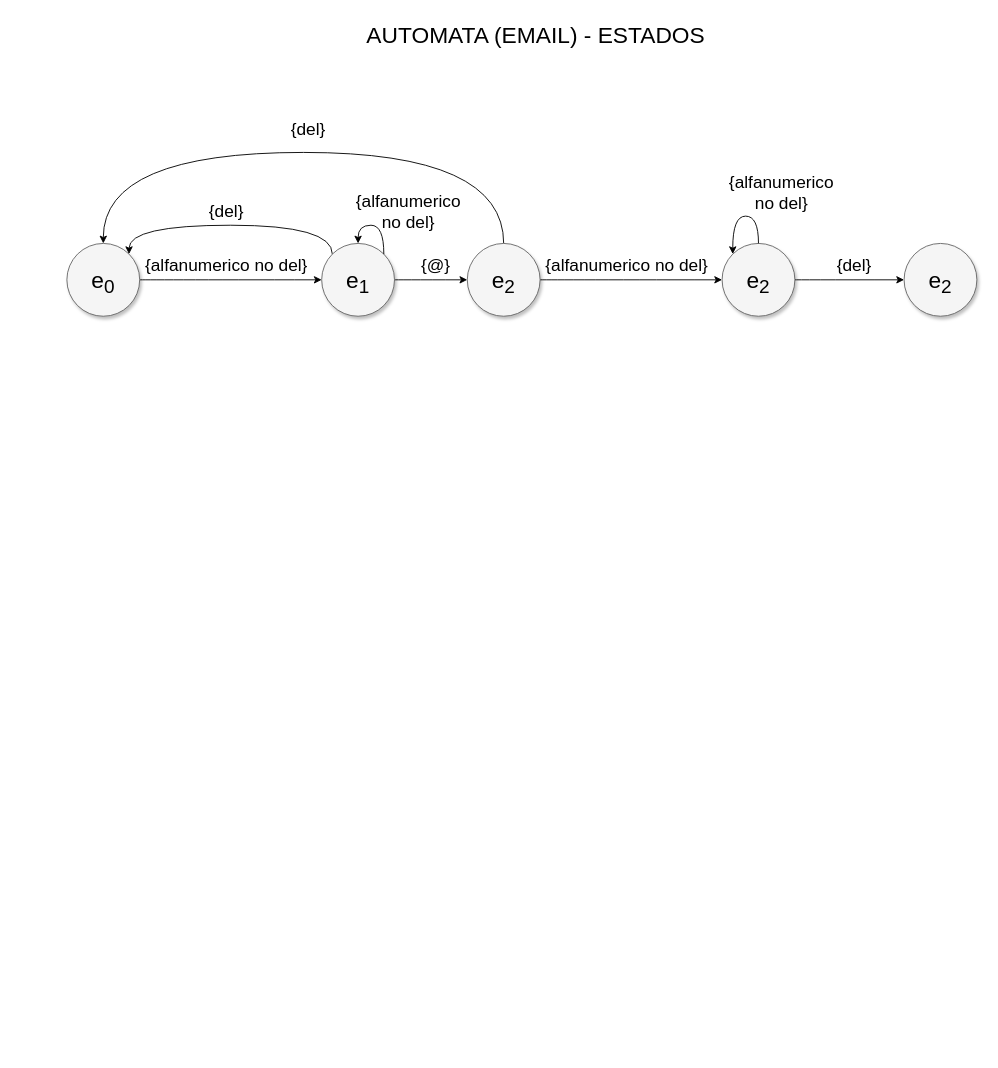
Before: page "Mail" (4 of 7) of DiagramaAutomata.drawio in ander-db/Tokenizer, a draw.io diagram. Source tidied: cells renumbered, new cells numbered last; positions are measured from the earlier drawing's top-left corner, leaving out a move shared by most shapes. Both pictures are drawn from the tidied source at 91%, with x=0, y=0 at pixel (66, 15).
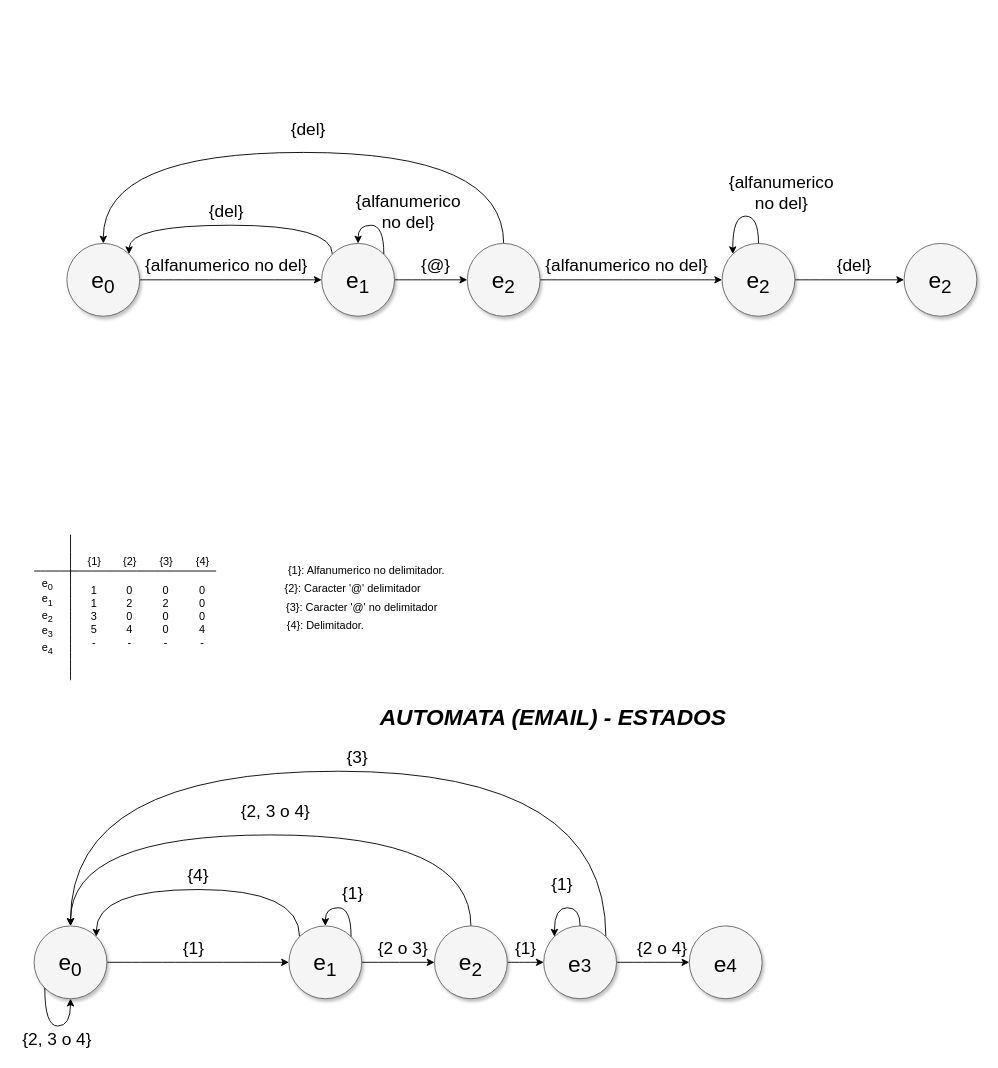
After the change.

What changed in the source:
```diff
@@
-    <mxCell id="2" value="AUTOMATA (EMAIL) - ESTADOS" style="text;html=1;align=center;verticalAlign=middle;strokeColor=none;fillColor=none;fontSize=25;" parent="1" vertex="1">
-      <mxGeometry x="320" width="390" height="40" as="geometry" />
-    </mxCell>
@@
+    <mxCell id="2" value="&lt;i&gt;&lt;b&gt;AUTOMATA (EMAIL) - ESTADOS&lt;/b&gt;&lt;/i&gt;" style="text;html=1;align=center;verticalAlign=middle;strokeColor=none;fillColor=none;fontSize=25;" parent="1" vertex="1">
+      <mxGeometry x="334" y="750" width="400" height="40" as="geometry" />
+    </mxCell>
+    <mxCell id="24" style="edgeStyle=orthogonalEdgeStyle;curved=1;rounded=0;jettySize=auto;html=1;exitX=1;exitY=0.5;exitDx=0;exitDy=0;entryX=0;entryY=0.5;entryDx=0;entryDy=0;fontSize=19;startArrow=none;startFill=0;endArrow=classic;endFill=1;" parent="1" edge="1" source="25" target="28">
+      <mxGeometry relative="1" as="geometry" />
+    </mxCell>
+    <mxCell id="25" value="&lt;span style=&quot;font-size: 25px&quot;&gt;e&lt;sub&gt;0&lt;/sub&gt;&lt;/span&gt;" style="ellipse;whiteSpace=wrap;html=1;rounded=0;shadow=1;strokeColor=#666666;strokeWidth=1;fontSize=30;align=center;fillColor=#f5f5f5;" parent="1" vertex="1">
+      <mxGeometry x="-36" y="1000" width="80" height="80" as="geometry" />
+    </mxCell>
+    <mxCell id="26" style="edgeStyle=orthogonalEdgeStyle;curved=1;rounded=0;jettySize=auto;html=1;exitX=1;exitY=0.5;exitDx=0;exitDy=0;entryX=0;entryY=0.5;entryDx=0;entryDy=0;fontSize=19;startArrow=none;startFill=0;endArrow=classic;endFill=1;" parent="1" edge="1" source="28" target="32">
+      <mxGeometry relative="1" as="geometry" />
+    </mxCell>
+    <mxCell id="27" style="edgeStyle=orthogonalEdgeStyle;curved=1;rounded=0;jettySize=auto;html=1;exitX=0;exitY=0;exitDx=0;exitDy=0;entryX=1;entryY=0;entryDx=0;entryDy=0;fontSize=19;startArrow=none;startFill=0;endArrow=classic;endFill=1;" parent="1" edge="1" source="28" target="25">
+      <mxGeometry relative="1" as="geometry">
+        <Array as="points">
+          <mxPoint x="256" y="960" />
+          <mxPoint x="32" y="960" />
+        </Array>
+      </mxGeometry>
+    </mxCell>
+    <mxCell id="28" value="&lt;span style=&quot;font-size: 25px&quot;&gt;e&lt;sub&gt;1&lt;/sub&gt;&lt;/span&gt;" style="ellipse;whiteSpace=wrap;html=1;rounded=0;shadow=1;strokeColor=#666666;strokeWidth=1;fontSize=30;align=center;fillColor=#f5f5f5;" parent="1" vertex="1">
+      <mxGeometry x="244" y="1000" width="80" height="80" as="geometry" />
+    </mxCell>
+    <mxCell id="29" value="{1}" style="text;html=1;align=center;verticalAlign=middle;strokeColor=none;fillColor=none;fontSize=19;" parent="1" vertex="1">
+      <mxGeometry x="119" y="1010" width="40" height="30" as="geometry" />
+    </mxCell>
+    <mxCell id="30" style="edgeStyle=orthogonalEdgeStyle;curved=1;rounded=0;jettySize=auto;html=1;exitX=1;exitY=0.5;exitDx=0;exitDy=0;entryX=0;entryY=0.5;entryDx=0;entryDy=0;fontSize=19;startArrow=none;startFill=0;endArrow=classic;endFill=1;" parent="1" edge="1" source="32" target="36">
+      <mxGeometry relative="1" as="geometry" />
+    </mxCell>
+    <mxCell id="31" style="edgeStyle=orthogonalEdgeStyle;curved=1;rounded=0;jettySize=auto;html=1;exitX=0.5;exitY=0;exitDx=0;exitDy=0;entryX=0.5;entryY=0;entryDx=0;entryDy=0;fontSize=19;startArrow=none;startFill=0;endArrow=classic;endFill=1;" parent="1" edge="1" source="32" target="25">
+      <mxGeometry relative="1" as="geometry">
+        <Array as="points">
+          <mxPoint x="444" y="900" />
+          <mxPoint x="4" y="900" />
+        </Array>
+      </mxGeometry>
+    </mxCell>
+    <mxCell id="32" value="&lt;span style=&quot;font-size: 25px&quot;&gt;e&lt;sub&gt;2&lt;/sub&gt;&lt;/span&gt;" style="ellipse;whiteSpace=wrap;html=1;rounded=0;shadow=1;strokeColor=#666666;strokeWidth=1;fontSize=30;align=center;fillColor=#f5f5f5;" parent="1" vertex="1">
+      <mxGeometry x="404" y="1000" width="80" height="80" as="geometry" />
+    </mxCell>
+    <mxCell id="33" value="{2 o 3}" style="text;html=1;align=center;verticalAlign=middle;strokeColor=none;fillColor=none;fontSize=19;" parent="1" vertex="1">
+      <mxGeometry x="334" y="1010" width="70" height="30" as="geometry" />
+    </mxCell>
+    <mxCell id="34" style="edgeStyle=orthogonalEdgeStyle;curved=1;rounded=0;jettySize=auto;html=1;exitX=1;exitY=0.5;exitDx=0;exitDy=0;entryX=0;entryY=0.5;entryDx=0;entryDy=0;fontSize=19;startArrow=none;startFill=0;endArrow=classic;endFill=1;" parent="1" edge="1" source="36" target="38">
+      <mxGeometry relative="1" as="geometry" />
+    </mxCell>
+    <mxCell id="35" style="edgeStyle=orthogonalEdgeStyle;curved=1;rounded=0;jettySize=auto;html=1;exitX=1;exitY=0;exitDx=0;exitDy=0;entryX=0.5;entryY=0;entryDx=0;entryDy=0;" parent="1" edge="1" source="36" target="25">
+      <mxGeometry relative="1" as="geometry">
+        <Array as="points">
+          <mxPoint x="592" y="830" />
+          <mxPoint x="4" y="830" />
+        </Array>
+      </mxGeometry>
+    </mxCell>
+    <mxCell id="36" value="&lt;span style=&quot;font-size: 25px&quot;&gt;e&lt;/span&gt;&lt;span style=&quot;font-size: 20.8333px&quot;&gt;3&lt;/span&gt;" style="ellipse;whiteSpace=wrap;html=1;rounded=0;shadow=1;strokeColor=#666666;strokeWidth=1;fontSize=30;align=center;fillColor=#f5f5f5;" parent="1" vertex="1">
+      <mxGeometry x="524" y="1000" width="80" height="80" as="geometry" />
+    </mxCell>
+    <mxCell id="37" value="{1}" style="text;html=1;align=center;verticalAlign=middle;strokeColor=none;fillColor=none;fontSize=19;" parent="1" vertex="1">
+      <mxGeometry x="484" y="1010" width="40" height="30" as="geometry" />
+    </mxCell>
+    <mxCell id="38" value="&lt;span style=&quot;font-size: 25px&quot;&gt;e&lt;/span&gt;&lt;span style=&quot;font-size: 20.8333px&quot;&gt;4&lt;/span&gt;" style="ellipse;whiteSpace=wrap;html=1;rounded=0;shadow=1;strokeColor=#666666;strokeWidth=1;fontSize=30;align=center;fillColor=#f5f5f5;" parent="1" vertex="1">
+      <mxGeometry x="684" y="1000" width="80" height="80" as="geometry" />
+    </mxCell>
+    <mxCell id="39" value="{2 o 4}" style="text;html=1;align=center;verticalAlign=middle;strokeColor=none;fillColor=none;fontSize=19;" parent="1" vertex="1">
+      <mxGeometry x="619" y="1010" width="70" height="30" as="geometry" />
+    </mxCell>
+    <mxCell id="40" value="{4}" style="text;html=1;align=center;verticalAlign=middle;strokeColor=none;fillColor=none;fontSize=19;" parent="1" vertex="1">
+      <mxGeometry x="124" y="930" width="40" height="30" as="geometry" />
+    </mxCell>
+    <mxCell id="41" style="edgeStyle=orthogonalEdgeStyle;curved=1;rounded=0;orthogonalLoop=1;jettySize=auto;html=1;exitX=1;exitY=0;exitDx=0;exitDy=0;entryX=0.5;entryY=0;entryDx=0;entryDy=0;fontSize=19;startArrow=none;startFill=0;endArrow=classic;endFill=1;" parent="1" edge="1" source="28" target="28">
+      <mxGeometry relative="1" as="geometry">
+        <Array as="points">
+          <mxPoint x="312" y="980" />
+          <mxPoint x="284" y="980" />
+        </Array>
+      </mxGeometry>
+    </mxCell>
+    <mxCell id="42" value="{1}" style="text;html=1;align=center;verticalAlign=middle;strokeColor=none;fillColor=none;fontSize=19;" parent="1" vertex="1">
+      <mxGeometry x="294" y="950" width="40" height="30" as="geometry" />
+    </mxCell>
+    <mxCell id="43" value="{2, 3 o 4}" style="text;html=1;align=center;verticalAlign=middle;strokeColor=none;fillColor=none;fontSize=19;" parent="1" vertex="1">
+      <mxGeometry x="184" y="860" width="90" height="30" as="geometry" />
+    </mxCell>
+    <mxCell id="44" style="edgeStyle=orthogonalEdgeStyle;curved=1;rounded=0;orthogonalLoop=1;jettySize=auto;html=1;exitX=0.5;exitY=0;exitDx=0;exitDy=0;entryX=0;entryY=0;entryDx=0;entryDy=0;fontSize=19;startArrow=none;startFill=0;endArrow=classic;endFill=1;" parent="1" edge="1" source="36" target="36">
+      <mxGeometry relative="1" as="geometry">
+        <Array as="points">
+          <mxPoint x="564" y="980" />
+          <mxPoint x="536" y="980" />
+        </Array>
+      </mxGeometry>
+    </mxCell>
+    <mxCell id="45" value="{1}" style="text;html=1;align=center;verticalAlign=middle;strokeColor=none;fillColor=none;fontSize=19;" parent="1" vertex="1">
+      <mxGeometry x="524" y="940" width="40" height="30" as="geometry" />
+    </mxCell>
+    <mxCell id="46" value="e&lt;sub&gt;0&lt;/sub&gt;&lt;br&gt;e&lt;sub&gt;1&lt;/sub&gt;&lt;br&gt;e&lt;sub&gt;2&lt;/sub&gt;&lt;br&gt;e&lt;sub&gt;3&lt;/sub&gt;&lt;br&gt;e&lt;sub&gt;4&lt;/sub&gt;" style="text;html=1;strokeColor=none;fillColor=none;align=center;verticalAlign=middle;whiteSpace=wrap;rounded=0;" parent="1" vertex="1">
+      <mxGeometry x="-36" y="610" width="30" height="100" as="geometry" />
+    </mxCell>
+    <mxCell id="47" style="endArrow=none;html=1;rounded=0;curved=1;" parent="1" edge="1">
+      <mxGeometry relative="1" as="geometry">
+        <mxPoint x="-36" y="610" as="sourcePoint" />
+        <mxPoint x="164" y="610" as="targetPoint" />
+      </mxGeometry>
+    </mxCell>
+    <mxCell id="48" value="1&lt;br&gt;1&lt;br&gt;3&lt;br&gt;5&lt;br&gt;-" style="text;html=1;strokeColor=none;fillColor=none;align=center;verticalAlign=middle;whiteSpace=wrap;rounded=0;" parent="1" vertex="1">
+      <mxGeometry x="15" y="610" width="30" height="100" as="geometry" />
+    </mxCell>
+    <mxCell id="49" style="endArrow=none;html=1;rounded=0;curved=1;" parent="1" edge="1">
+      <mxGeometry relative="1" as="geometry">
+        <mxPoint x="4" y="730" as="sourcePoint" />
+        <mxPoint x="4" y="570" as="targetPoint" />
+      </mxGeometry>
+    </mxCell>
+    <mxCell id="50" value="0&lt;br&gt;2&lt;br&gt;0&lt;br&gt;4&lt;br&gt;-" style="text;html=1;strokeColor=none;fillColor=none;align=center;verticalAlign=middle;whiteSpace=wrap;rounded=0;" parent="1" vertex="1">
+      <mxGeometry x="54" y="610" width="30" height="100" as="geometry" />
+    </mxCell>
+    <mxCell id="51" value="0&lt;br&gt;0&lt;br&gt;0&lt;br&gt;4&lt;br&gt;-" style="text;html=1;strokeColor=none;fillColor=none;align=center;verticalAlign=middle;whiteSpace=wrap;rounded=0;" parent="1" vertex="1">
+      <mxGeometry x="134" y="610" width="30" height="100" as="geometry" />
+    </mxCell>
+    <mxCell id="52" value="{1}" style="text;html=1;align=center;verticalAlign=middle;strokeColor=none;fillColor=none;" parent="1" vertex="1">
+      <mxGeometry x="15" y="590" width="30" height="20" as="geometry" />
+    </mxCell>
+    <mxCell id="53" value="{2}" style="text;html=1;align=center;verticalAlign=middle;strokeColor=none;fillColor=none;" parent="1" vertex="1">
+      <mxGeometry x="54" y="590" width="30" height="20" as="geometry" />
+    </mxCell>
+    <mxCell id="54" value="{4}" style="text;html=1;align=center;verticalAlign=middle;strokeColor=none;fillColor=none;" parent="1" vertex="1">
+      <mxGeometry x="134" y="590" width="30" height="20" as="geometry" />
+    </mxCell>
+    <mxCell id="55" value="{1}: Alfanumerico&amp;nbsp;no delimitador." style="text;html=1;align=center;verticalAlign=middle;strokeColor=none;fillColor=none;" parent="1" vertex="1">
+      <mxGeometry x="234" y="600" width="190" height="20" as="geometry" />
+    </mxCell>
+    <mxCell id="56" value="{2}: Caracter '@' delimitador" style="text;html=1;align=center;verticalAlign=middle;strokeColor=none;fillColor=none;" parent="1" vertex="1">
+      <mxGeometry x="234" y="620" width="160" height="20" as="geometry" />
+    </mxCell>
+    <mxCell id="57" value="{4}: Delimitador." style="text;html=1;align=center;verticalAlign=middle;strokeColor=none;fillColor=none;" parent="1" vertex="1">
+      <mxGeometry x="234" y="660" width="100" height="20" as="geometry" />
+    </mxCell>
+    <mxCell id="58" value="{3}" style="text;html=1;align=center;verticalAlign=middle;strokeColor=none;fillColor=none;fontSize=19;" parent="1" vertex="1">
+      <mxGeometry x="299" y="800" width="40" height="30" as="geometry" />
+    </mxCell>
+    <mxCell id="59" style="edgeStyle=orthogonalEdgeStyle;curved=1;rounded=0;orthogonalLoop=1;jettySize=auto;html=1;exitX=0;exitY=1;exitDx=0;exitDy=0;entryX=0.5;entryY=1;entryDx=0;entryDy=0;" parent="1" edge="1" source="25" target="25">
+      <mxGeometry relative="1" as="geometry">
+        <Array as="points">
+          <mxPoint x="-24" y="1110" />
+          <mxPoint x="4" y="1110" />
+        </Array>
+      </mxGeometry>
+    </mxCell>
+    <mxCell id="60" value="{2, 3 o 4}" style="text;html=1;align=center;verticalAlign=middle;strokeColor=none;fillColor=none;fontSize=19;" parent="1" vertex="1">
+      <mxGeometry x="-56" y="1110" width="90" height="30" as="geometry" />
+    </mxCell>
+    <mxCell id="61" value="{3}: Caracter '@' no delimitador" style="text;html=1;align=center;verticalAlign=middle;strokeColor=none;fillColor=none;" parent="1" vertex="1">
+      <mxGeometry x="234" y="640" width="180" height="20" as="geometry" />
+    </mxCell>
+    <mxCell id="62" value="0&lt;br&gt;2&lt;br&gt;0&lt;br&gt;0&lt;br&gt;-" style="text;html=1;strokeColor=none;fillColor=none;align=center;verticalAlign=middle;whiteSpace=wrap;rounded=0;" parent="1" vertex="1">
+      <mxGeometry x="94" y="610" width="30" height="100" as="geometry" />
+    </mxCell>
+    <mxCell id="63" value="{3}" style="text;html=1;align=center;verticalAlign=middle;strokeColor=none;fillColor=none;" parent="1" vertex="1">
+      <mxGeometry x="94" y="590" width="30" height="20" as="geometry" />
+    </mxCell>
```
